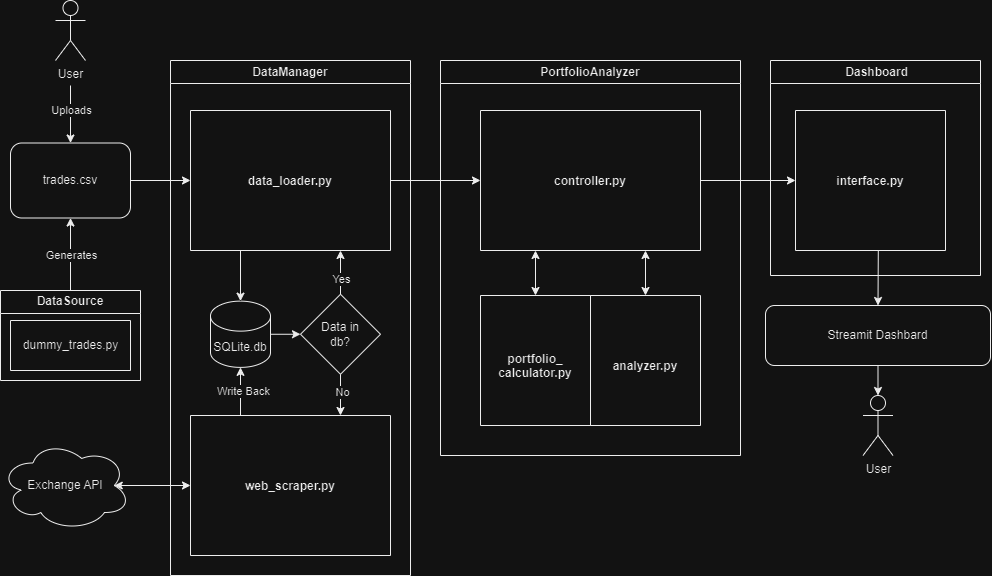
Erik-Kelemen/Stock-Portfolio-Analyzer keeps this draw.io diagram as imgs/StockPortfolioAnalyzer.drawio.png. Above is the earlier version. Source tidied: cells renumbered, new cells last; positions are measured from the earlier drawing's top-left corner, leaving out a move shared by most shapes.
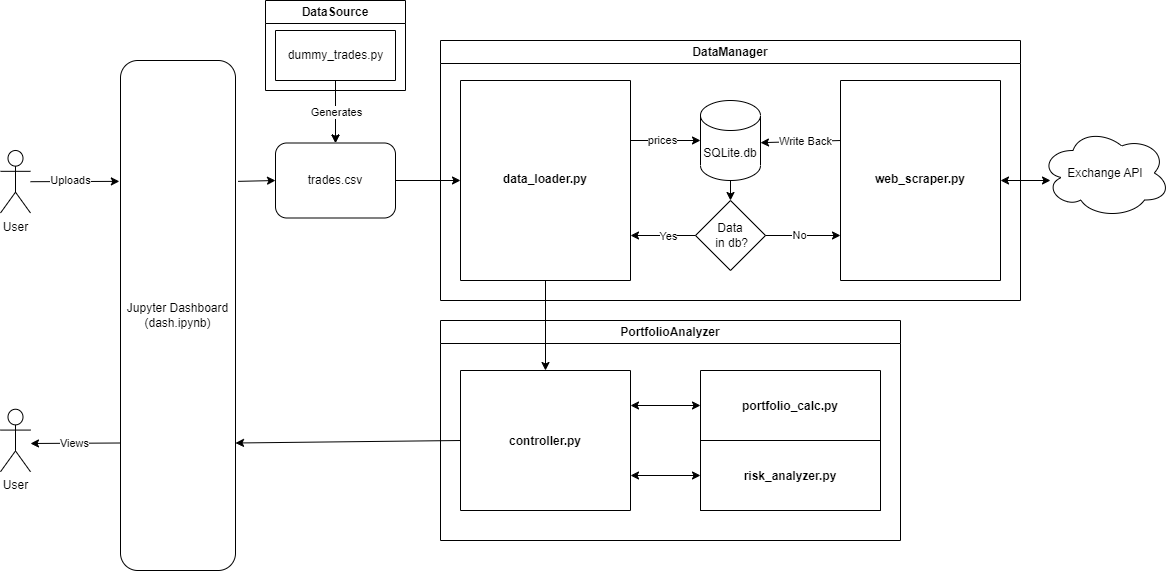
After the commit.

Diff of the diagram source:
```diff
@@ -3,102 +3,92 @@
     <mxCell id="0" />
     <mxCell id="1" parent="0" />
     <mxCell id="2" value="PortfolioAnalyzer" style="swimlane;whiteSpace=wrap;html=1;startSize=23;" parent="1" vertex="1">
-      <mxGeometry x="440" y="60" width="300" height="395" as="geometry" />
+      <mxGeometry x="250" y="1605" width="460" height="220" as="geometry" />
     </mxCell>
     <mxCell id="3" value="&#10;&#10;&#10;&#10;&#10;&#10;&#10;&#10;&#10;&#10;controller.py" style="swimlane;startSize=0;" parent="2" vertex="1">
-      <mxGeometry x="40" y="50" width="220" height="140" as="geometry" />
+      <mxGeometry x="20" y="50" width="170" height="140" as="geometry" />
     </mxCell>
-    <mxCell id="4" value="&#10;&#10;&#10;&#10;&#10;&#10;&#10;&#10;&#10;&#10;analyzer.py" style="swimlane;startSize=0;" parent="2" vertex="1">
-      <mxGeometry x="150" y="235" width="110" height="130" as="geometry" />
-    </mxCell>
-    <mxCell id="5" value="&#10;&#10;&#10;&#10;&#10;&#10;&#10;&#10;&#10;&#10;portfolio_&#10;calculator.py" style="swimlane;startSize=0;" parent="2" vertex="1">
-      <mxGeometry x="40" y="235" width="110" height="130" as="geometry" />
-    </mxCell>
-    <mxCell id="6" style="endArrow=classic;startArrow=classic;html=1;rounded=0;entryX=0.25;entryY=1;entryDx=0;entryDy=0;exitX=0.5;exitY=0;exitDx=0;exitDy=0;" parent="2" edge="1" source="5" target="3">
-      <mxGeometry relative="1" as="geometry" />
-    </mxCell>
-    <mxCell id="7" style="endArrow=classic;startArrow=classic;html=1;rounded=0;exitX=0.75;exitY=1;exitDx=0;exitDy=0;entryX=0.5;entryY=0;entryDx=0;entryDy=0;" parent="2" edge="1" source="3" target="4">
-      <mxGeometry relative="1" as="geometry" />
-    </mxCell>
-    <mxCell id="8" style="endArrow=classic;html=1;rounded=0;exitX=1;exitY=0.5;exitDx=0;exitDy=0;entryX=0;entryY=0.5;entryDx=0;entryDy=0;" parent="1" edge="1" source="12" target="3">
-      <mxGeometry relative="1" as="geometry" />
-    </mxCell>
-    <mxCell id="9" value="User&lt;br&gt;" style="shape=umlActor;verticalLabelPosition=bottom;verticalAlign=top;html=1;outlineConnect=0;" parent="1" vertex="1">
-      <mxGeometry x="862.5" y="395" width="30" height="60" as="geometry" />
-    </mxCell>
+    <mxCell id="41" value="&#10;&#10;&#10;&#10;&#10;portfolio_calc.py" style="swimlane;startSize=0;" parent="2" vertex="1">
+      <mxGeometry x="260" y="50" width="180" height="140" as="geometry" />
+    </mxCell>
+    <mxCell id="42" value="&#10;&#10;&#10;&#10;&#10;risk_analyzer.py" style="swimlane;startSize=0;" parent="41" vertex="1">
+      <mxGeometry y="70" width="180" height="70" as="geometry" />
+    </mxCell>
+    <mxCell id="43" style="endArrow=classic;startArrow=classic;html=1;rounded=0;exitX=1;exitY=0.25;exitDx=0;exitDy=0;entryX=0;entryY=0.25;entryDx=0;entryDy=0;" parent="2" edge="1" source="3" target="41">
+      <mxGeometry relative="1" as="geometry" />
+    </mxCell>
+    <mxCell id="44" style="endArrow=classic;startArrow=classic;html=1;rounded=0;exitX=1;exitY=0.75;exitDx=0;exitDy=0;entryX=0;entryY=0.5;entryDx=0;entryDy=0;" parent="2" edge="1" source="3" target="42">
+      <mxGeometry relative="1" as="geometry" />
+    </mxCell>
     <mxCell id="10" value="DataManager" style="swimlane;whiteSpace=wrap;html=1;" parent="1" vertex="1">
-      <mxGeometry x="170" y="60" width="240" height="515" as="geometry" />
+      <mxGeometry x="250" y="1325" width="580" height="260" as="geometry" />
     </mxCell>
-    <mxCell id="11" value="&#10;&#10;&#10;&#10;&#10;&#10;&#10;&#10;&#10;&#10;web_scraper.py" style="swimlane;startSize=0;" parent="10" vertex="1">
-      <mxGeometry x="20" y="355" width="200" height="140" as="geometry" />
+    <mxCell id="11" value="&#10;&#10;&#10;&#10;&#10;&#10;&#10;&#10;&#10;&#10;&#10;&#10;&#10;&#10;web_scraper.py" style="swimlane;startSize=0;" parent="10" vertex="1">
+      <mxGeometry x="400" y="40" width="160" height="200" as="geometry" />
     </mxCell>
-    <mxCell id="12" value="&#10;&#10;&#10;&#10;&#10;&#10;&#10;&#10;&#10;&#10;data_loader.py" style="swimlane;startSize=0;" parent="10" vertex="1">
-      <mxGeometry x="20" y="50" width="200" height="140" as="geometry" />
+    <mxCell id="12" value="&#10;&#10;&#10;&#10;&#10;&#10;&#10;&#10;&#10;&#10;&#10;&#10;&#10;&#10;data_loader.py" style="swimlane;startSize=0;" parent="10" vertex="1">
+      <mxGeometry x="20" y="40" width="170" height="200" as="geometry" />
     </mxCell>
     <mxCell id="13" value="SQLite.db" style="shape=cylinder3;whiteSpace=wrap;html=1;boundedLbl=1;backgroundOutline=1;size=15;" parent="10" vertex="1">
-      <mxGeometry x="40" y="240.6" width="60" height="66.2" as="geometry" />
+      <mxGeometry x="260" y="60" width="60" height="80" as="geometry" />
     </mxCell>
-    <mxCell id="14" value="Data in &lt;br&gt;db?" style="rhombus;whiteSpace=wrap;html=1;" parent="10" vertex="1">
-      <mxGeometry x="130" y="233.8" width="80" height="80" as="geometry" />
+    <mxCell id="14" value="&amp;nbsp;Data&amp;nbsp;&lt;br&gt;&amp;nbsp;in db?" style="rhombus;whiteSpace=wrap;html=1;" parent="10" vertex="1">
+      <mxGeometry x="255" y="160" width="70" height="70" as="geometry" />
     </mxCell>
-    <mxCell id="15" style="endArrow=classic;html=1;rounded=0;entryX=0.5;entryY=0;entryDx=0;entryDy=0;entryPerimeter=0;exitX=0.25;exitY=1;exitDx=0;exitDy=0;" parent="10" edge="1" source="12" target="13">
-      <mxGeometry relative="1" as="geometry" />
-    </mxCell>
-    <mxCell id="16" style="endArrow=classic;html=1;rounded=0;exitX=1;exitY=0.5;exitDx=0;exitDy=0;exitPerimeter=0;entryX=0;entryY=0.5;entryDx=0;entryDy=0;" parent="10" edge="1" source="13" target="14">
-      <mxGeometry relative="1" as="geometry" />
-    </mxCell>
-    <mxCell id="17" style="endArrow=classic;html=1;rounded=0;exitX=0.5;exitY=0;exitDx=0;exitDy=0;entryX=0.75;entryY=1;entryDx=0;entryDy=0;" parent="10" edge="1" source="14" target="12">
-      <mxGeometry relative="1" as="geometry" />
-    </mxCell>
+    <mxCell id="45" style="endArrow=classic;html=1;rounded=0;entryX=0;entryY=0.5;entryDx=0;entryDy=0;entryPerimeter=0;exitX=1;exitY=0.75;exitDx=0;exitDy=0;" parent="10" edge="1" target="13">
+      <mxGeometry relative="1" as="geometry">
+        <mxPoint x="190" y="100" as="sourcePoint" />
+      </mxGeometry>
+    </mxCell>
+    <mxCell id="46" value="prices" style="edgeLabel;html=1;align=center;verticalAlign=middle;" parent="45" vertex="1">
+      <mxGeometry x="-0.12" y="1" relative="1" as="geometry" />
+    </mxCell>
+    <mxCell id="47" style="endArrow=classic;html=1;rounded=0;entryX=0.5;entryY=0;entryDx=0;entryDy=0;" parent="10" edge="1" target="14">
+      <mxGeometry relative="1" as="geometry">
+        <mxPoint x="290" y="140" as="sourcePoint" />
+      </mxGeometry>
+    </mxCell>
+    <mxCell id="48" style="endArrow=classic;html=1;rounded=0;exitX=0;exitY=0.5;exitDx=0;exitDy=0;entryX=1;entryY=0.25;entryDx=0;entryDy=0;" parent="10" edge="1" source="14">
+      <mxGeometry relative="1" as="geometry">
+        <mxPoint x="190" y="195" as="targetPoint" />
+      </mxGeometry>
+    </mxCell>
-    <mxCell id="18" value="Yes" style="edgeLabel;html=1;align=center;verticalAlign=middle;" parent="17" vertex="1">
-      <mxGeometry x="-0.04" y="-2" relative="1" as="geometry">
-        <mxPoint x="-2" y="6" as="offset" />
-      </mxGeometry>
+    <mxCell id="18" value="Yes" style="edgeLabel;html=1;align=center;verticalAlign=middle;" parent="48" vertex="1">
+      <mxGeometry x="-0.13" relative="1" as="geometry" />
     </mxCell>
-    <mxCell id="19" style="endArrow=classic;html=1;rounded=0;exitX=0.5;exitY=1;exitDx=0;exitDy=0;entryX=0.75;entryY=0;entryDx=0;entryDy=0;" parent="10" edge="1" source="14" target="11">
-      <mxGeometry relative="1" as="geometry" />
-    </mxCell>
+    <mxCell id="49" style="endArrow=classic;html=1;rounded=0;exitX=1;exitY=0.5;exitDx=0;exitDy=0;entryX=0;entryY=0.25;entryDx=0;entryDy=0;" parent="10" edge="1" source="14">
+      <mxGeometry relative="1" as="geometry">
+        <mxPoint x="400" y="195" as="targetPoint" />
+      </mxGeometry>
+    </mxCell>
-    <mxCell id="20" value="No" style="edgeLabel;html=1;align=center;verticalAlign=middle;" parent="19" vertex="1">
+    <mxCell id="20" value="No" style="edgeLabel;html=1;align=center;verticalAlign=middle;" parent="49" vertex="1">
       <mxGeometry x="-0.13" y="1" relative="1" as="geometry" />
     </mxCell>
-    <mxCell id="21" style="endArrow=classic;html=1;rounded=0;entryX=0.5;entryY=1;entryDx=0;entryDy=0;entryPerimeter=0;exitX=0.25;exitY=0;exitDx=0;exitDy=0;" parent="10" edge="1" source="11" target="13">
-      <mxGeometry relative="1" as="geometry" />
-    </mxCell>
+    <mxCell id="50" style="endArrow=classic;html=1;rounded=0;entryX=1;entryY=0;entryDx=0;entryDy=42.1875;entryPerimeter=0;exitX=0;exitY=0.75;exitDx=0;exitDy=0;" parent="10" edge="1" target="13">
+      <mxGeometry relative="1" as="geometry">
+        <mxPoint x="400" y="100" as="sourcePoint" />
+      </mxGeometry>
+    </mxCell>
-    <mxCell id="22" value="Write Back" style="edgeLabel;html=1;align=center;verticalAlign=middle;" parent="21" vertex="1">
-      <mxGeometry y="-2" relative="1" as="geometry" />
+    <mxCell id="22" value="Write Back" style="edgeLabel;html=1;align=center;verticalAlign=middle;" parent="50" vertex="1">
+      <mxGeometry x="-0.09" relative="1" as="geometry" />
     </mxCell>
     <mxCell id="23" value="trades.csv" style="rounded=1;whiteSpace=wrap;html=1;" parent="1" vertex="1">
-      <mxGeometry x="10" y="142.5" width="120" height="75" as="geometry" />
+      <mxGeometry x="85" y="1427.5" width="120" height="75" as="geometry" />
     </mxCell>
     <mxCell id="24" style="endArrow=classic;html=1;rounded=0;exitX=1;exitY=0.5;exitDx=0;exitDy=0;entryX=0;entryY=0.5;entryDx=0;entryDy=0;" parent="1" edge="1" source="23" target="12">
       <mxGeometry relative="1" as="geometry" />
     </mxCell>
-    <mxCell id="25" style="endArrow=classic;startArrow=classic;html=1;rounded=0;exitX=0;exitY=0.5;exitDx=0;exitDy=0;entryX=0.875;entryY=0.5;entryDx=0;entryDy=0;entryPerimeter=0;" parent="1" edge="1" source="11" target="26">
-      <mxGeometry relative="1" as="geometry" />
-    </mxCell>
     <mxCell id="26" value="Exchange API" style="ellipse;shape=cloud;whiteSpace=wrap;html=1;" parent="1" vertex="1">
-      <mxGeometry y="440" width="130" height="90" as="geometry" />
+      <mxGeometry x="850" y="1412.5" width="130" height="90" as="geometry" />
     </mxCell>
-    <mxCell id="27" value="&amp;nbsp;Dashboard" style="swimlane;whiteSpace=wrap;html=1;" parent="1" vertex="1">
-      <mxGeometry x="770" y="60" width="210" height="215" as="geometry" />
-    </mxCell>
-    <mxCell id="28" value="&#10;&#10;&#10;&#10;&#10;&#10;&#10;&#10;&#10;&#10;interface.py" style="swimlane;startSize=0;" parent="27" vertex="1">
-      <mxGeometry x="25" y="50" width="150" height="140" as="geometry" />
-    </mxCell>
-    <mxCell id="29" style="endArrow=classic;html=1;rounded=0;exitX=1;exitY=0.5;exitDx=0;exitDy=0;" parent="1" edge="1" source="3" target="28">
-      <mxGeometry relative="1" as="geometry" />
-    </mxCell>
-    <mxCell id="30" value="Streamit Dashbard" style="rounded=1;whiteSpace=wrap;html=1;" parent="1" vertex="1">
-      <mxGeometry x="765" y="305" width="225" height="60" as="geometry" />
-    </mxCell>
-    <mxCell id="31" style="endArrow=classic;html=1;rounded=0;exitX=0.552;exitY=1.003;exitDx=0;exitDy=0;exitPerimeter=0;entryX=0.5;entryY=0;entryDx=0;entryDy=0;" parent="1" edge="1" source="28" target="30">
-      <mxGeometry relative="1" as="geometry" />
-    </mxCell>
-    <mxCell id="32" style="endArrow=classic;html=1;rounded=0;exitX=0.5;exitY=1;exitDx=0;exitDy=0;entryX=0.5;entryY=0;entryDx=0;entryDy=0;entryPerimeter=0;" parent="1" edge="1" source="30" target="9">
-      <mxGeometry relative="1" as="geometry" />
-    </mxCell>
+    <mxCell id="51" value="Jupyter Dashboard&lt;br&gt;(dash.ipynb)" style="rounded=1;whiteSpace=wrap;html=1;" parent="1" vertex="1">
+      <mxGeometry x="-70" y="1345" width="115" height="510" as="geometry" />
+    </mxCell>
+    <mxCell id="36" style="edgeStyle=orthogonalEdgeStyle;rounded=0;jettySize=auto;html=1;" parent="1" edge="1" source="33" target="23">
+      <mxGeometry relative="1" as="geometry" />
+    </mxCell>
     <mxCell id="33" value="DataSource" style="swimlane;whiteSpace=wrap;html=1;" parent="1" vertex="1">
-      <mxGeometry y="290" width="140" height="90" as="geometry" />
+      <mxGeometry x="75" y="1285" width="140" height="90" as="geometry" />
     </mxCell>
     <mxCell id="34" style="swimlane;startSize=0;" parent="33" vertex="1">
       <mxGeometry x="10" y="30" width="120" height="50" as="geometry" />
@@ -106,24 +96,47 @@
     <mxCell id="35" value="dummy_trades.py" style="text;html=1;align=center;verticalAlign=middle;strokeColor=none;fillColor=none;" parent="34" vertex="1">
       <mxGeometry y="10" width="120" height="30" as="geometry" />
     </mxCell>
-    <mxCell id="36" style="endArrow=classic;html=1;rounded=0;exitX=0.5;exitY=0;exitDx=0;exitDy=0;entryX=0.5;entryY=1;entryDx=0;entryDy=0;" parent="1" edge="1" source="33" target="23">
-      <mxGeometry relative="1" as="geometry" />
-    </mxCell>
+    <mxCell id="52" style="endArrow=classic;html=1;rounded=0;exitX=0;exitY=0.75;exitDx=0;exitDy=0;" parent="1" edge="1" source="51">
+      <mxGeometry relative="1" as="geometry">
+        <mxPoint x="-160" y="1728" as="targetPoint" />
+      </mxGeometry>
+    </mxCell>
+    <mxCell id="53" value="Views" style="edgeLabel;html=1;align=center;verticalAlign=middle;" parent="52" vertex="1">
+      <mxGeometry x="0.23" y="-2" relative="1" as="geometry">
+        <mxPoint x="9" y="2" as="offset" />
+      </mxGeometry>
+    </mxCell>
+    <mxCell id="54" style="endArrow=classic;html=1;rounded=0;exitX=1.023;exitY=0.237;exitDx=0;exitDy=0;exitPerimeter=0;entryX=0;entryY=0.5;entryDx=0;entryDy=0;" parent="1" edge="1" source="51" target="23">
+      <mxGeometry relative="1" as="geometry" />
+    </mxCell>
+    <mxCell id="55" style="endArrow=classic;html=1;rounded=0;exitX=0;exitY=0.5;exitDx=0;exitDy=0;entryX=1;entryY=0.75;entryDx=0;entryDy=0;" parent="1" edge="1" source="3" target="51">
+      <mxGeometry relative="1" as="geometry" />
+    </mxCell>
+    <mxCell id="8" style="endArrow=classic;html=1;rounded=0;exitX=0.5;exitY=1;exitDx=0;exitDy=0;entryX=0.5;entryY=0;entryDx=0;entryDy=0;" parent="1" edge="1" source="12" target="3">
+      <mxGeometry relative="1" as="geometry" />
+    </mxCell>
+    <mxCell id="56" style="endArrow=classic;html=1;rounded=0;entryX=0.5;entryY=0;entryDx=0;entryDy=0;exitX=0.5;exitY=1;exitDx=0;exitDy=0;" parent="1" edge="1" source="34" target="23">
+      <mxGeometry relative="1" as="geometry" />
+    </mxCell>
-    <mxCell id="37" value="Generates" style="edgeLabel;html=1;align=center;verticalAlign=middle;fontSize=11;" parent="36" vertex="1">
-      <mxGeometry x="0.2" relative="1" as="geometry">
-        <mxPoint y="8" as="offset" />
-      </mxGeometry>
+    <mxCell id="37" value="Generates" style="edgeLabel;html=1;align=center;verticalAlign=middle;" parent="56" vertex="1">
+      <mxGeometry x="-0.02" relative="1" as="geometry" />
     </mxCell>
-    <mxCell id="38" style="endArrow=classic;html=1;rounded=0;entryX=0.5;entryY=0;entryDx=0;entryDy=0;" parent="1" edge="1" target="23">
-      <mxGeometry relative="1" as="geometry">
-        <mxPoint x="70" y="85" as="sourcePoint" />
-      </mxGeometry>
-    </mxCell>
+    <mxCell id="57" value="User" style="shape=umlActor;verticalLabelPosition=bottom;verticalAlign=top;html=1;outlineConnect=0;" parent="1" vertex="1">
+      <mxGeometry x="-190" y="1435" width="30" height="62.5" as="geometry" />
+    </mxCell>
+    <mxCell id="58" style="endArrow=classic;html=1;rounded=0;entryX=-0.01;entryY=0.237;entryDx=0;entryDy=0;entryPerimeter=0;" parent="1" edge="1" source="57" target="51">
+      <mxGeometry relative="1" as="geometry" />
+    </mxCell>
-    <mxCell id="39" value="&lt;font style=&quot;font-size: 11px;&quot;&gt;Uploads&lt;/font&gt;" style="edgeLabel;html=1;align=center;verticalAlign=middle;fontSize=11;" parent="38" vertex="1">
-      <mxGeometry x="-0.13" relative="1" as="geometry" />
+    <mxCell id="39" value="Uploads" style="edgeLabel;html=1;align=center;verticalAlign=middle;" parent="58" vertex="1">
+      <mxGeometry x="-0.09" y="2" relative="1" as="geometry" />
     </mxCell>
-    <mxCell id="40" value="User&lt;br&gt;" style="shape=umlActor;verticalLabelPosition=bottom;verticalAlign=top;html=1;" parent="1" vertex="1">
-      <mxGeometry x="55" width="30" height="60" as="geometry" />
-    </mxCell>
+    <mxCell id="59" value="User" style="shape=umlActor;verticalLabelPosition=bottom;verticalAlign=top;html=1;" parent="1" vertex="1">
+      <mxGeometry x="-190" y="1693.8" width="30" height="62.5" as="geometry" />
+    </mxCell>
+    <mxCell id="60" style="endArrow=classic;startArrow=classic;html=1;rounded=0;entryX=1;entryY=0.5;entryDx=0;entryDy=0;" parent="1" edge="1" target="11">
+      <mxGeometry relative="1" as="geometry">
+        <mxPoint x="860" y="1465" as="sourcePoint" />
+      </mxGeometry>
+    </mxCell>
   </root>
 </mxGraphModel>
```
